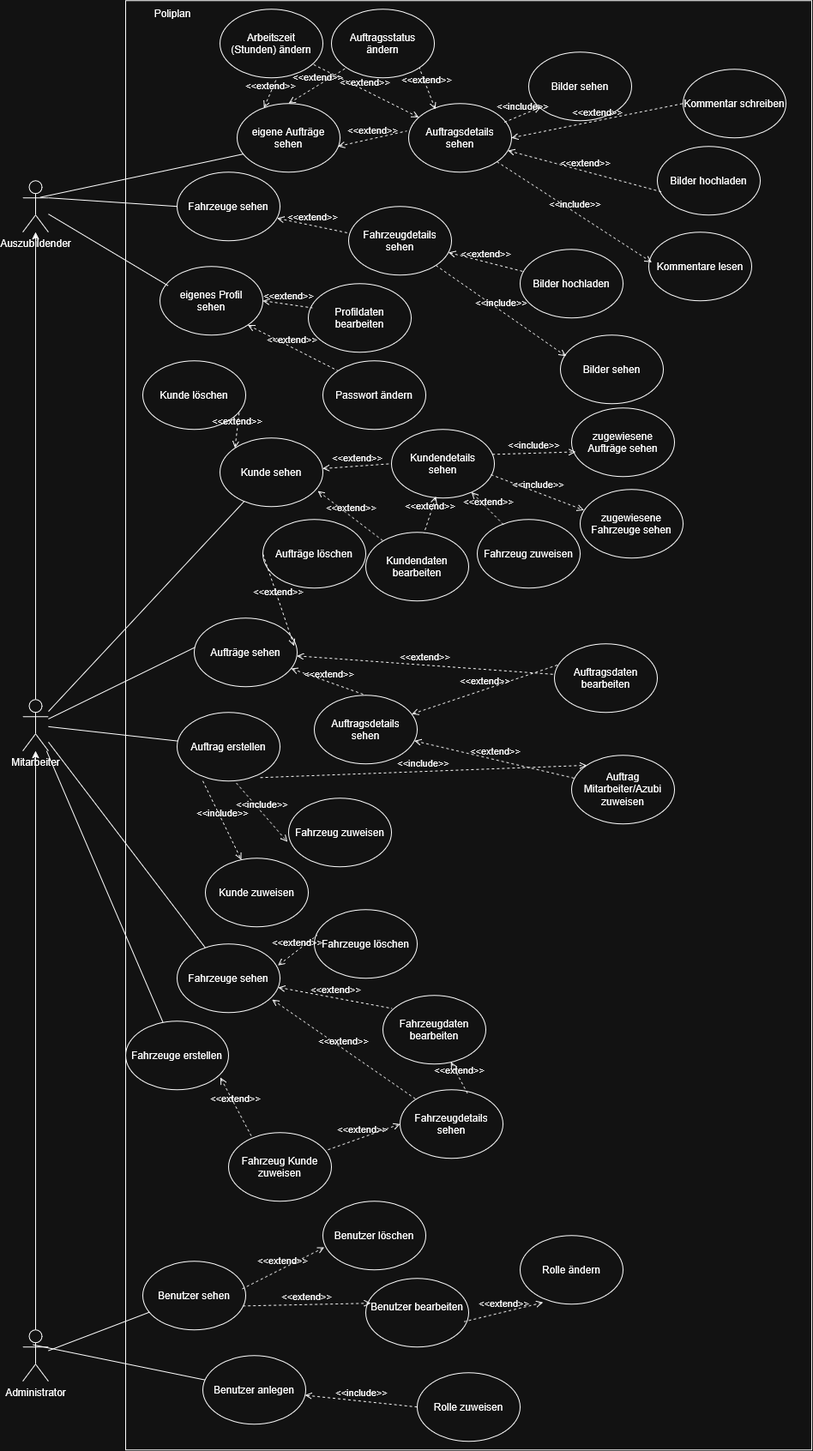
Above: dokumentation/Auth/Fahrzeugpflege_Rollen_UseCase.drawio.png in danaguensche/fahrzeugpflege (draw.io), before the change. Source tidied: cells renumbered, new cells last; positions are measured from the earlier drawing's top-left corner, leaving out a move shared by most shapes.
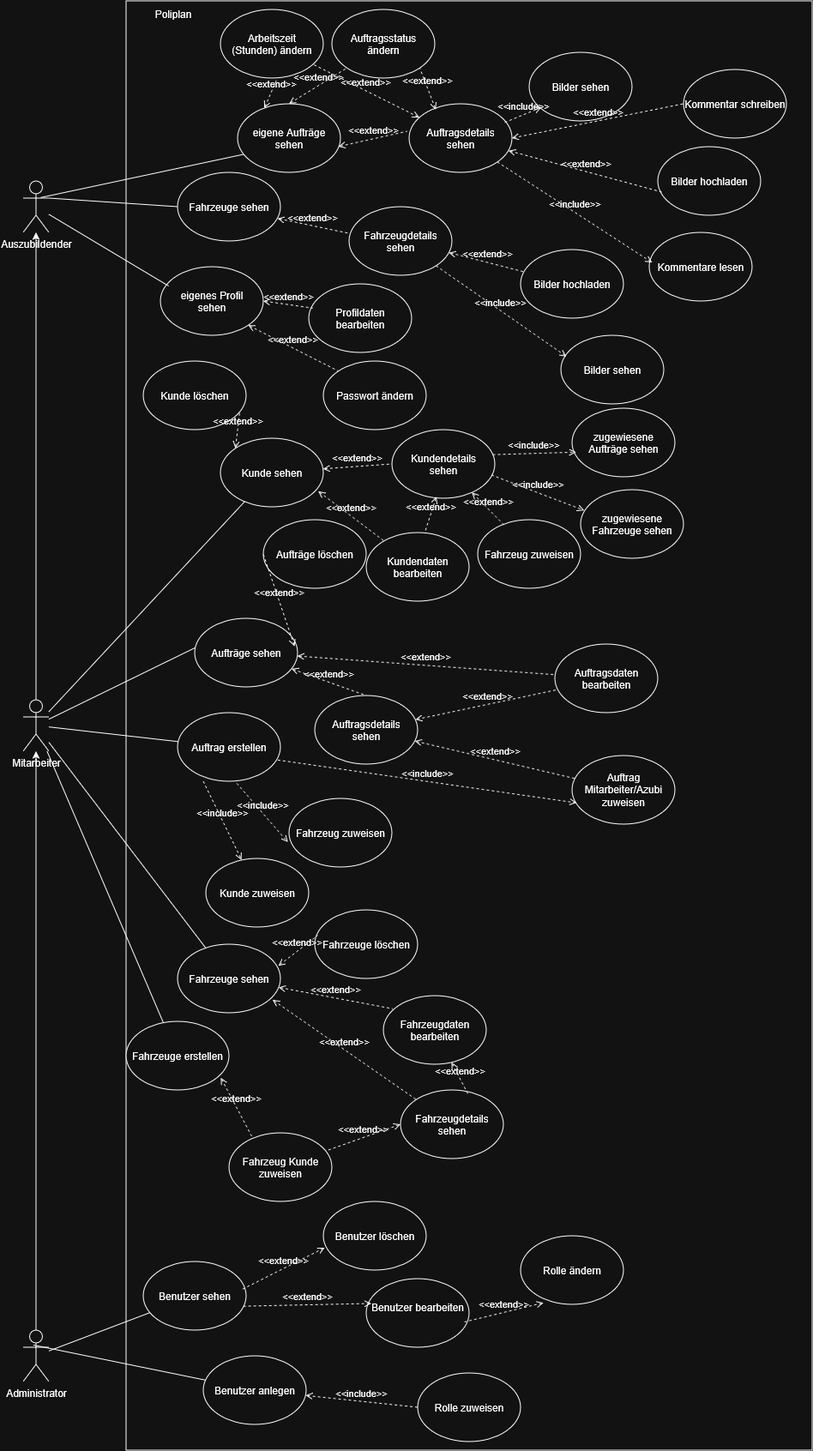
The same diagram one commit later.

The edit, as a diff of the source:
```diff
@@ -169,7 +169,7 @@
     <mxCell id="56" value="Auftrag Mitarbeiter/Azubi zuweisen" style="ellipse;whiteSpace=wrap;html=1;shapeInside=1;" parent="1" vertex="1">
       <mxGeometry x="640" y="880" width="120" height="80" as="geometry" />
     </mxCell>
-    <mxCell id="57" value="&amp;lt;&amp;lt;include&amp;gt;&amp;gt;" style="html=1;verticalAlign=bottom;labelBackgroundColor=none;endArrow=open;endFill=0;dashed=1;rounded=0;exitX=0.809;exitY=0.951;exitDx=0;exitDy=0;exitPerimeter=0;entryX=0;entryY=0;entryDx=0;entryDy=0;" parent="1" edge="1" source="55" target="56">
+    <mxCell id="57" value="&amp;lt;&amp;lt;include&amp;gt;&amp;gt;" style="html=1;verticalAlign=bottom;labelBackgroundColor=none;endArrow=open;endFill=0;dashed=1;rounded=0;exitX=0.974;exitY=0.691;exitDx=0;exitDy=0;exitPerimeter=0;entryX=0.043;entryY=0.69;entryDx=0;entryDy=0;entryPerimeter=0;" parent="1" edge="1" source="55" target="56">
       <mxGeometry relative="1" as="geometry" />
     </mxCell>
     <mxCell id="58" style="rounded=0;jettySize=auto;html=1;endArrow=none;endFill=0;exitX=0.029;exitY=0.411;exitDx=0;exitDy=0;exitPerimeter=0;" parent="1" edge="1" source="62" target="6">
@@ -181,7 +181,7 @@
     <mxCell id="60" value="Auftragsdaten bearbeiten" style="ellipse;whiteSpace=wrap;html=1;shapeInside=1;" parent="1" vertex="1">
       <mxGeometry x="620" y="750" width="120" height="80" as="geometry" />
     </mxCell>
-    <mxCell id="61" value="&amp;lt;&amp;lt;extend&amp;gt;&amp;gt;" style="html=1;verticalAlign=bottom;labelBackgroundColor=none;endArrow=none;endFill=0;dashed=1;rounded=0;startArrow=open;startFill=0;entryX=0.036;entryY=0.306;entryDx=0;entryDy=0;entryPerimeter=0;" parent="1" edge="1" source="59" target="60">
+    <mxCell id="61" value="&amp;lt;&amp;lt;extend&amp;gt;&amp;gt;" style="html=1;verticalAlign=bottom;labelBackgroundColor=none;endArrow=none;endFill=0;dashed=1;rounded=0;startArrow=open;startFill=0;entryX=0.031;entryY=0.664;entryDx=0;entryDy=0;entryPerimeter=0;" parent="1" edge="1" source="59" target="60">
       <mxGeometry relative="1" as="geometry" />
     </mxCell>
     <mxCell id="62" value="Aufträge sehen" style="ellipse;whiteSpace=wrap;html=1;shapeInside=1;" parent="1" vertex="1">
```
